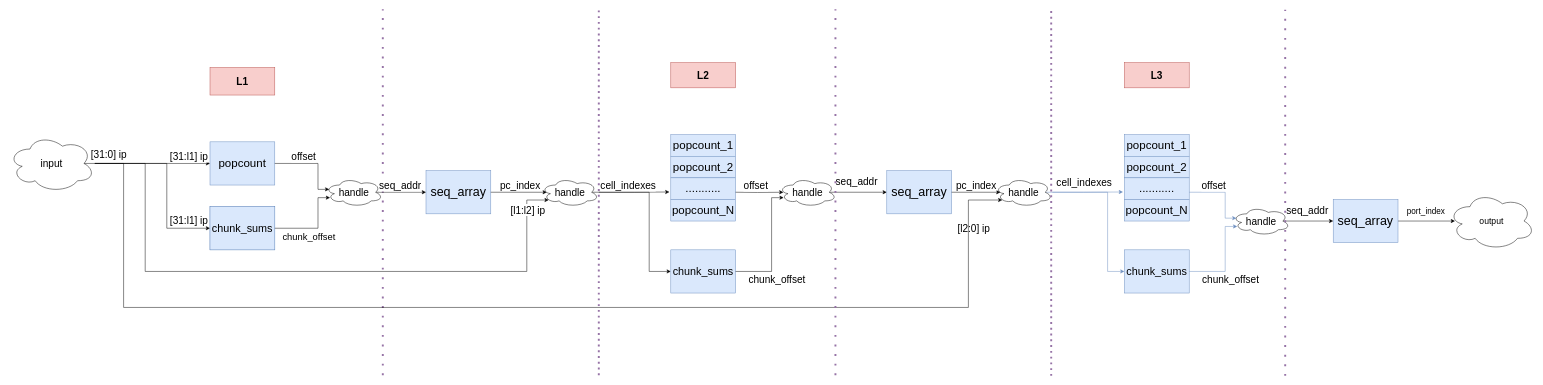
IlyaManishin/lulea-algoritm-rtl keeps this draw.io diagram as page "upper_datapath" (4 of 4) of docs/cache_scheme.drawio. Above is the earlier version. Source tidied: cells renumbered, new cells numbered last; positions are measured from the earlier drawing's top-left corner, leaving out a move shared by most shapes. Both pictures are drawn from the tidied source at 48%, with x=0, y=0 at pixel (8, 9).
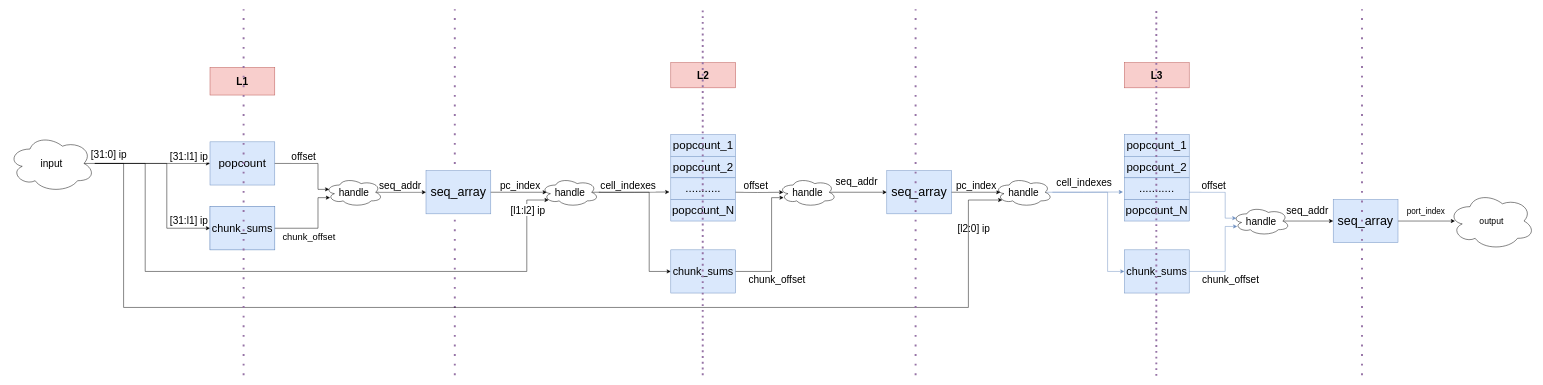
Above is the later version.

Commit message:
little scheme fix

The edit, as a diff of the source:
```diff
@@
     <mxCell id="5" style="endArrow=none;dashed=1;html=1;dashPattern=1 4;strokeWidth=4;rounded=0;fillColor=#e1d5e7;strokeColor=#9673a6;" parent="1" edge="1">
       <mxGeometry relative="1" as="geometry">
-        <mxPoint x="780" y="762.2" as="sourcePoint" />
-        <mxPoint x="780" y="-0.2" as="targetPoint" />
+        <mxPoint x="930" y="762.2" as="sourcePoint" />
+        <mxPoint x="930" y="-0.2" as="targetPoint" />
       </mxGeometry>
     </mxCell>
@@
     <mxCell id="68" style="endArrow=none;dashed=1;html=1;dashPattern=1 2;strokeWidth=4;rounded=0;fillColor=#e1d5e7;strokeColor=#9673a6;" parent="1" edge="1">
       <mxGeometry relative="1" as="geometry">
-        <mxPoint x="1230" y="762.2" as="sourcePoint" />
-        <mxPoint x="1230" y="-0.2" as="targetPoint" />
+        <mxPoint x="1446.5" y="762.2" as="sourcePoint" />
+        <mxPoint x="1446.5" y="-0.2" as="targetPoint" />
       </mxGeometry>
     </mxCell>
     <mxCell id="69" style="endArrow=none;dashed=1;html=1;dashPattern=1 4;strokeWidth=4;rounded=0;fillColor=#e1d5e7;strokeColor=#9673a6;" parent="1" edge="1">
       <mxGeometry relative="1" as="geometry">
-        <mxPoint x="1723" y="762.2" as="sourcePoint" />
-        <mxPoint x="1723" y="-0.2" as="targetPoint" />
+        <mxPoint x="1890" y="762.2" as="sourcePoint" />
+        <mxPoint x="1890" y="-0.2" as="targetPoint" />
       </mxGeometry>
     </mxCell>
     <mxCell id="70" style="endArrow=none;dashed=1;html=1;dashPattern=1 2;strokeWidth=4;rounded=0;fillColor=#e1d5e7;strokeColor=#9673a6;" parent="1" edge="1">
       <mxGeometry relative="1" as="geometry">
-        <mxPoint x="2172.5" y="763.5" as="sourcePoint" />
-        <mxPoint x="2172.5" y="1" as="targetPoint" />
+        <mxPoint x="2391.5" y="763.5" as="sourcePoint" />
+        <mxPoint x="2391.5" y="1" as="targetPoint" />
       </mxGeometry>
     </mxCell>
     <mxCell id="71" style="endArrow=none;dashed=1;html=1;dashPattern=1 4;strokeWidth=4;rounded=0;fillColor=#e1d5e7;strokeColor=#9673a6;" parent="1" edge="1">
       <mxGeometry relative="1" as="geometry">
-        <mxPoint x="2660" y="763.5" as="sourcePoint" />
-        <mxPoint x="2660" y="1" as="targetPoint" />
+        <mxPoint x="2820" y="762.2" as="sourcePoint" />
+        <mxPoint x="2820" y="-0.2" as="targetPoint" />
       </mxGeometry>
     </mxCell>
+    <mxCell id="72" style="endArrow=none;dashed=1;html=1;dashPattern=1 4;strokeWidth=4;rounded=0;fillColor=#e1d5e7;strokeColor=#9673a6;" parent="1" edge="1">
+      <mxGeometry relative="1" as="geometry">
+        <mxPoint x="490" y="762.2" as="sourcePoint" />
+        <mxPoint x="490" y="-0.2" as="targetPoint" />
+      </mxGeometry>
+    </mxCell>
```
